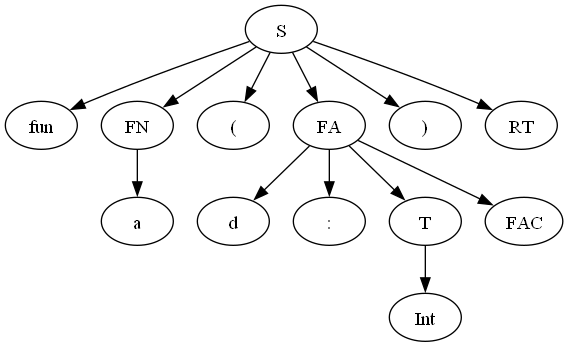
This is lab2New/graph2.png from Ultimatereo/MT, a Graphviz export, as it was before one commit. Its source is kept beside it as lab2New/graph2.dot.
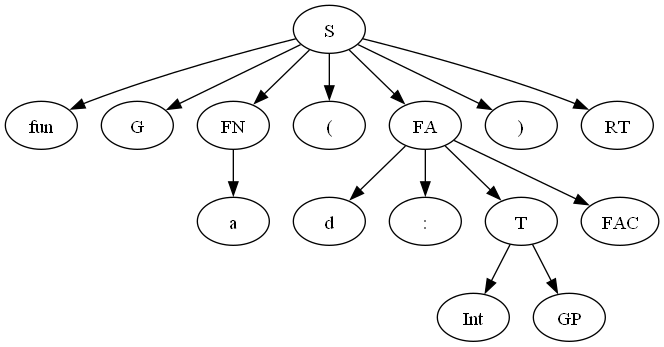
Above is the later version.

Change to the diagram source:
```diff
@@ -1,39 +1,45 @@
 digraph ParserResult {
-"S_74" [label="S"]
-"fun_71" [label="fun"]
-"S_74"->"fun_71";
-"fun_71" [label="fun"]
-"FN_63" [label="FN"]
-"S_74"->"FN_63";
-"FN_63" [label="FN"]
-"a_62" [label="a"]
-"FN_63"->"a_62";
-"a_62" [label="a"]
-"(_72" [label="("]
-"S_74"->"(_72";
-"(_72" [label="("]
-"FA_69" [label="FA"]
-"S_74"->"FA_69";
-"FA_69" [label="FA"]
-"d_67" [label="d"]
-"FA_69"->"d_67";
-"d_67" [label="d"]
-":_68" [label=":"]
-"FA_69"->":_68";
-":_68" [label=":"]
-"T_65" [label="T"]
-"FA_69"->"T_65";
-"T_65" [label="T"]
-"Int_64" [label="Int"]
-"T_65"->"Int_64";
-"Int_64" [label="Int"]
-"FAC_66" [label="FAC"]
-"FA_69"->"FAC_66";
-"FAC_66" [label="FAC"]
-")_73" [label=")"]
-"S_74"->")_73";
-")_73" [label=")"]
-"RT_70" [label="RT"]
-"S_74"->"RT_70";
-"RT_70" [label="RT"]
+"S_84" [label="S"]
+"fun_81" [label="fun"]
+"S_84"->"fun_81";
+"fun_81" [label="fun"]
+"G_70" [label="G"]
+"S_84"->"G_70";
+"G_70" [label="G"]
+"FN_72" [label="FN"]
+"S_84"->"FN_72";
+"FN_72" [label="FN"]
+"a_71" [label="a"]
+"FN_72"->"a_71";
+"a_71" [label="a"]
+"(_82" [label="("]
+"S_84"->"(_82";
+"(_82" [label="("]
+"FA_79" [label="FA"]
+"S_84"->"FA_79";
+"FA_79" [label="FA"]
+"d_77" [label="d"]
+"FA_79"->"d_77";
+"d_77" [label="d"]
+":_78" [label=":"]
+"FA_79"->":_78";
+":_78" [label=":"]
+"T_75" [label="T"]
+"FA_79"->"T_75";
+"T_75" [label="T"]
+"Int_74" [label="Int"]
+"T_75"->"Int_74";
+"Int_74" [label="Int"]
+"GP_73" [label="GP"]
+"T_75"->"GP_73";
+"GP_73" [label="GP"]
+"FAC_76" [label="FAC"]
+"FA_79"->"FAC_76";
+"FAC_76" [label="FAC"]
+")_83" [label=")"]
+"S_84"->")_83";
+")_83" [label=")"]
+"RT_80" [label="RT"]
+"S_84"->"RT_80";
+"RT_80" [label="RT"]
 }
```
